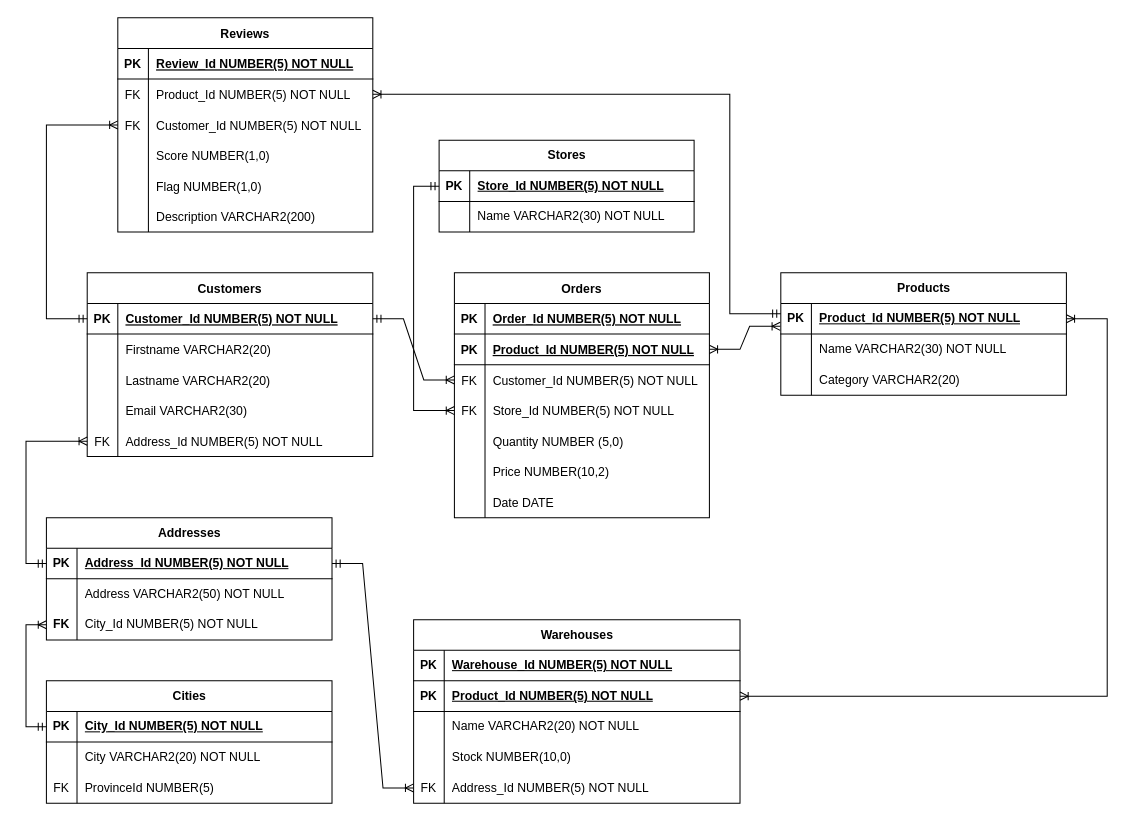
Before: SQL/ERD.drawio in mperusse21/SuperstoreSimulation, a draw.io diagram. Source tidied: cells renumbered, new cells numbered last; positions are measured from the earlier drawing's top-left corner, leaving out a move shared by most shapes. Both pictures are drawn from the tidied source at 102%, with x=0, y=0 at pixel (26, 17).
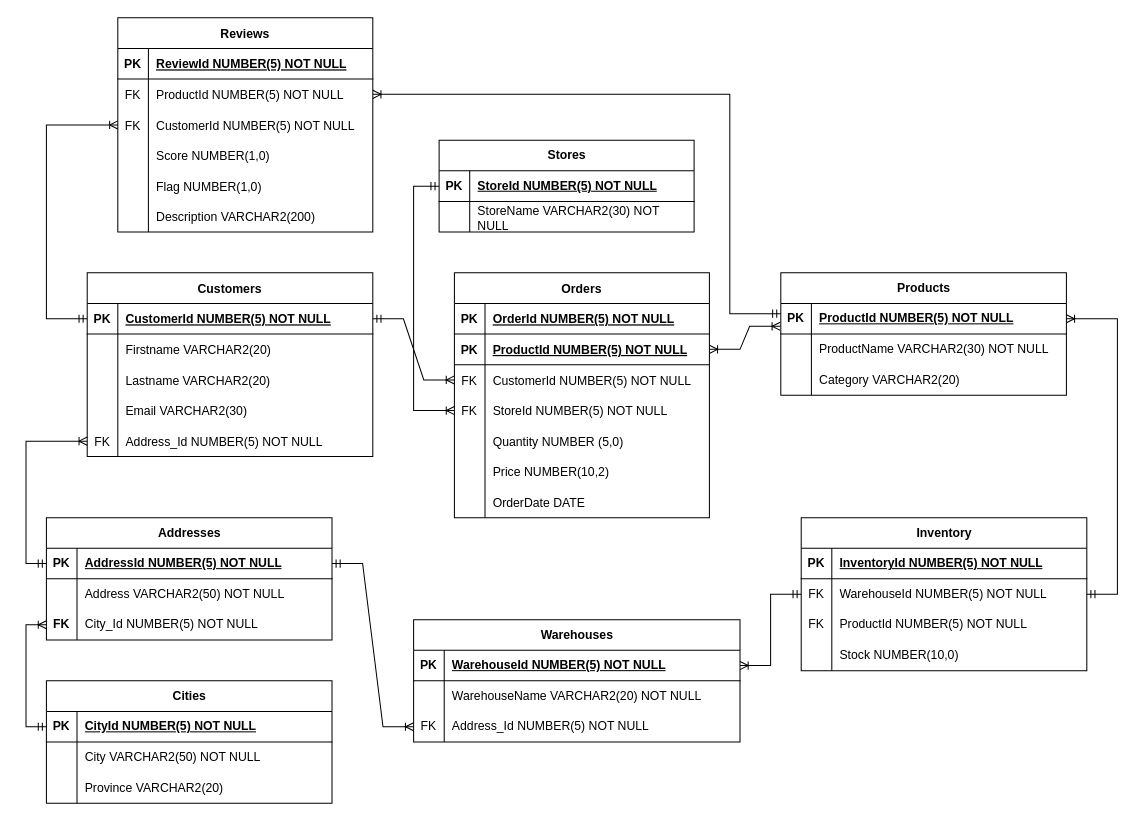
Above is the later version.

Commit message:
Updated our ERD

The change refers to these unchanged cells:
```xml
<mxCell id="3" style="shape=partialRectangle;fillColor=none;top=0;left=0;right=0;bottom=1;" parent="2" vertex="1">
  <mxGeometry y="30" width="250" height="30" as="geometry" />
</mxCell>
<mxCell id="6" style="shape=partialRectangle;fillColor=none;points=[[0,0.5],[1,0.5]];portConstraint=eastwest;top=0;left=0;right=0;bottom=1;" parent="2" vertex="1">
  <mxGeometry y="60" width="250" height="30" as="geometry" />
</mxCell>
<mxCell id="9" style="shape=partialRectangle;fillColor=none;points=[[0,0.5],[1,0.5]];portConstraint=eastwest;top=0;left=0;right=0;bottom=0;" parent="2" vertex="1">
  <mxGeometry y="90" width="250" height="30" as="geometry" />
</mxCell>
<mxCell id="12" style="shape=partialRectangle;fillColor=none;points=[[0,0.5],[1,0.5]];portConstraint=eastwest;top=0;left=0;right=0;bottom=0;" parent="2" vertex="1">
  <mxGeometry y="120" width="250" height="30" as="geometry" />
</mxCell>
<mxCell id="21" style="shape=partialRectangle;fillColor=none;top=0;left=0;right=0;bottom=0;" parent="2" vertex="1">
  <mxGeometry y="210" width="250" height="30" as="geometry" />
</mxCell>
<mxCell id="25" style="shape=partialRectangle;fillColor=none;top=0;left=0;right=0;bottom=1;" parent="24" vertex="1">
  <mxGeometry y="30" width="250" height="30" as="geometry" />
</mxCell>
<mxCell id="28" style="shape=partialRectangle;fillColor=none;points=[[0,0.5],[1,0.5]];portConstraint=eastwest;top=0;left=0;right=0;bottom=0;" parent="24" vertex="1">
  <mxGeometry y="60" width="250" height="30" as="geometry" />
</mxCell>
<mxCell id="31" style="shape=partialRectangle;fillColor=none;points=[[0,0.5],[1,0.5]];portConstraint=eastwest;top=0;left=0;right=0;bottom=0;" parent="24" vertex="1">
  <mxGeometry y="90" width="250" height="30" as="geometry" />
</mxCell>
<mxCell id="44" style="shape=partialRectangle;fillColor=none;points=[[0,0.5],[1,0.5]];portConstraint=eastwest;top=0;left=0;right=0;bottom=1;" parent="43" vertex="1">
  <mxGeometry y="30" width="280" height="30" as="geometry" />
</mxCell>
<mxCell id="60" style="shape=tableRow;horizontal=0;startSize=0;swimlaneHead=0;swimlaneBody=0;fillColor=none;points=[[0,0.5],[1,0.5]];portConstraint=eastwest;top=0;left=0;right=0;bottom=1;" parent="59" vertex="1">
  <mxGeometry y="30" width="250" height="30" as="geometry" />
</mxCell>
<mxCell id="63" style="shape=tableRow;horizontal=0;startSize=0;swimlaneHead=0;swimlaneBody=0;fillColor=none;top=0;left=0;right=0;bottom=0;" parent="59" vertex="1">
  <mxGeometry y="60" width="250" height="30" as="geometry" />
</mxCell>
<mxCell id="67" style="shape=tableRow;horizontal=0;startSize=0;swimlaneHead=0;swimlaneBody=0;fillColor=none;points=[[0,0.5],[1,0.5]];portConstraint=eastwest;top=0;left=0;right=0;bottom=1;" parent="66" vertex="1">
  <mxGeometry y="30" width="280" height="30" as="geometry" />
</mxCell>
<mxCell id="70" style="shape=tableRow;horizontal=0;startSize=0;swimlaneHead=0;swimlaneBody=0;fillColor=none;top=0;left=0;right=0;bottom=0;" parent="66" vertex="1">
  <mxGeometry y="60" width="280" height="30" as="geometry" />
</mxCell>
<mxCell id="77" style="shape=tableRow;horizontal=0;startSize=0;swimlaneHead=0;swimlaneBody=0;fillColor=none;points=[[0,0.5],[1,0.5]];portConstraint=eastwest;top=0;left=0;right=0;bottom=1;" parent="76" vertex="1">
  <mxGeometry y="30" width="320" height="30" as="geometry" />
</mxCell>
<mxCell id="93" style="shape=tableRow;horizontal=0;startSize=0;swimlaneHead=0;swimlaneBody=0;fillColor=none;points=[[0,0.5],[1,0.5]];portConstraint=eastwest;top=0;left=0;right=0;bottom=1;" parent="92" vertex="1">
  <mxGeometry y="30" width="280" height="30" as="geometry" />
</mxCell>
<mxCell id="103" style="shape=tableRow;horizontal=0;startSize=0;swimlaneHead=0;swimlaneBody=0;fillColor=none;points=[[0,0.5],[1,0.5]];portConstraint=eastwest;top=0;left=0;right=0;bottom=1;" parent="102" vertex="1">
  <mxGeometry y="30" width="280" height="30" as="geometry" />
</mxCell>
<mxCell id="106" style="shape=tableRow;horizontal=0;startSize=0;swimlaneHead=0;swimlaneBody=0;fillColor=none;top=0;left=0;right=0;bottom=0;" parent="102" vertex="1">
  <mxGeometry y="60" width="280" height="30" as="geometry" />
</mxCell>
<mxCell id="109" style="shape=tableRow;horizontal=0;startSize=0;swimlaneHead=0;swimlaneBody=0;fillColor=none;top=0;left=0;right=0;bottom=0;" parent="102" vertex="1">
  <mxGeometry y="90" width="280" height="30" as="geometry" />
</mxCell>
```

What changed in the source:
```diff
@@
-    <mxCell id="5" value="Order_Id NUMBER(5) NOT NULL" style="shape=partialRectangle;overflow=hidden;fillColor=none;top=0;left=0;bottom=0;right=0;align=left;spacingLeft=6;fontStyle=5;" parent="3" vertex="1">
+    <mxCell id="5" value="OrderId NUMBER(5) NOT NULL" style="shape=partialRectangle;overflow=hidden;fillColor=none;top=0;left=0;bottom=0;right=0;align=left;spacingLeft=6;fontStyle=5;" parent="3" vertex="1">
       <mxGeometry x="30" width="220" height="30" as="geometry" />
     </mxCell>
@@
-    <mxCell id="8" value="Product_Id NUMBER(5) NOT NULL" style="shape=partialRectangle;overflow=hidden;fillColor=none;top=0;left=0;bottom=0;right=0;align=left;spacingLeft=6;fontStyle=5;" parent="6" vertex="1">
+    <mxCell id="8" value="ProductId NUMBER(5) NOT NULL" style="shape=partialRectangle;overflow=hidden;fillColor=none;top=0;left=0;bottom=0;right=0;align=left;spacingLeft=6;fontStyle=5;" parent="6" vertex="1">
       <mxGeometry x="30" width="220" height="30" as="geometry" />
     </mxCell>
@@
-    <mxCell id="11" value="Customer_Id NUMBER(5) NOT NULL" style="shape=partialRectangle;overflow=hidden;fillColor=none;top=0;left=0;bottom=0;right=0;align=left;spacingLeft=6;" parent="9" vertex="1">
+    <mxCell id="11" value="CustomerId NUMBER(5) NOT NULL" style="shape=partialRectangle;overflow=hidden;fillColor=none;top=0;left=0;bottom=0;right=0;align=left;spacingLeft=6;" parent="9" vertex="1">
       <mxGeometry x="30" width="220" height="30" as="geometry" />
     </mxCell>
@@
-    <mxCell id="14" value="Store_Id NUMBER(5) NOT NULL" style="shape=partialRectangle;overflow=hidden;fillColor=none;top=0;left=0;bottom=0;right=0;align=left;spacingLeft=6;" parent="12" vertex="1">
+    <mxCell id="14" value="StoreId NUMBER(5) NOT NULL" style="shape=partialRectangle;overflow=hidden;fillColor=none;top=0;left=0;bottom=0;right=0;align=left;spacingLeft=6;" parent="12" vertex="1">
       <mxGeometry x="30" width="220" height="30" as="geometry" />
     </mxCell>
@@
-    <mxCell id="23" value="Date DATE" style="shape=partialRectangle;overflow=hidden;fillColor=none;top=0;left=0;bottom=0;right=0;align=left;spacingLeft=6;" parent="21" vertex="1">
+    <mxCell id="23" value="OrderDate DATE" style="shape=partialRectangle;overflow=hidden;fillColor=none;top=0;left=0;bottom=0;right=0;align=left;spacingLeft=6;" parent="21" vertex="1">
       <mxGeometry x="30" width="220" height="30" as="geometry" />
     </mxCell>
@@
-    <mxCell id="27" value="Review_Id NUMBER(5) NOT NULL" style="shape=partialRectangle;overflow=hidden;fillColor=none;top=0;left=0;bottom=0;right=0;align=left;spacingLeft=6;fontStyle=5;" parent="25" vertex="1">
+    <mxCell id="27" value="ReviewId NUMBER(5) NOT NULL" style="shape=partialRectangle;overflow=hidden;fillColor=none;top=0;left=0;bottom=0;right=0;align=left;spacingLeft=6;fontStyle=5;" parent="25" vertex="1">
       <mxGeometry x="30" width="220" height="30" as="geometry" />
     </mxCell>
@@
-    <mxCell id="30" value="Product_Id NUMBER(5) NOT NULL" style="shape=partialRectangle;overflow=hidden;fillColor=none;top=0;left=0;bottom=0;right=0;align=left;spacingLeft=6;" parent="28" vertex="1">
+    <mxCell id="30" value="ProductId NUMBER(5) NOT NULL" style="shape=partialRectangle;overflow=hidden;fillColor=none;top=0;left=0;bottom=0;right=0;align=left;spacingLeft=6;" parent="28" vertex="1">
       <mxGeometry x="30" width="220" height="30" as="geometry" />
     </mxCell>
@@
-    <mxCell id="33" value="Customer_Id NUMBER(5) NOT NULL" style="shape=partialRectangle;overflow=hidden;fillColor=none;top=0;left=0;bottom=0;right=0;align=left;spacingLeft=6;" parent="31" vertex="1">
+    <mxCell id="33" value="CustomerId NUMBER(5) NOT NULL" style="shape=partialRectangle;overflow=hidden;fillColor=none;top=0;left=0;bottom=0;right=0;align=left;spacingLeft=6;" parent="31" vertex="1">
       <mxGeometry x="30" width="220" height="30" as="geometry" />
     </mxCell>
@@
-    <mxCell id="46" value="Customer_Id NUMBER(5) NOT NULL" style="shape=partialRectangle;overflow=hidden;fillColor=none;top=0;left=0;bottom=0;right=0;align=left;spacingLeft=6;fontStyle=5;" parent="44" vertex="1">
+    <mxCell id="46" value="CustomerId NUMBER(5) NOT NULL" style="shape=partialRectangle;overflow=hidden;fillColor=none;top=0;left=0;bottom=0;right=0;align=left;spacingLeft=6;fontStyle=5;" parent="44" vertex="1">
       <mxGeometry x="30" width="250" height="30" as="geometry" />
     </mxCell>
@@
-    <mxCell id="62" value="Store_Id NUMBER(5) NOT NULL" style="shape=partialRectangle;fillColor=none;top=0;left=0;bottom=0;right=0;align=left;spacingLeft=6;fontStyle=5;overflow=hidden;whiteSpace=wrap;html=1;" parent="60" vertex="1">
+    <mxCell id="62" value="StoreId NUMBER(5) NOT NULL" style="shape=partialRectangle;fillColor=none;top=0;left=0;bottom=0;right=0;align=left;spacingLeft=6;fontStyle=5;overflow=hidden;whiteSpace=wrap;html=1;" parent="60" vertex="1">
       <mxGeometry x="30" width="220" height="30" as="geometry" />
     </mxCell>
@@
-    <mxCell id="65" value="Name VARCHAR2(30) NOT NULL" style="shape=partialRectangle;fillColor=none;top=0;left=0;bottom=0;right=0;align=left;spacingLeft=6;overflow=hidden;whiteSpace=wrap;html=1;" parent="63" vertex="1">
+    <mxCell id="65" value="StoreName VARCHAR2(30) NOT NULL" style="shape=partialRectangle;fillColor=none;top=0;left=0;bottom=0;right=0;align=left;spacingLeft=6;overflow=hidden;whiteSpace=wrap;html=1;" parent="63" vertex="1">
       <mxGeometry x="30" width="220" height="30" as="geometry" />
     </mxCell>
@@
-    <mxCell id="69" value="Product_Id NUMBER(5) NOT NULL" style="shape=partialRectangle;fillColor=none;top=0;left=0;bottom=0;right=0;align=left;spacingLeft=6;fontStyle=5;overflow=hidden;whiteSpace=wrap;html=1;" parent="67" vertex="1">
+    <mxCell id="69" value="ProductId NUMBER(5) NOT NULL" style="shape=partialRectangle;fillColor=none;top=0;left=0;bottom=0;right=0;align=left;spacingLeft=6;fontStyle=5;overflow=hidden;whiteSpace=wrap;html=1;" parent="67" vertex="1">
       <mxGeometry x="30" width="250" height="30" as="geometry" />
     </mxCell>
@@
-    <mxCell id="72" value="Name VARCHAR2(30) NOT NULL" style="shape=partialRectangle;fillColor=none;top=0;left=0;bottom=0;right=0;align=left;spacingLeft=6;overflow=hidden;whiteSpace=wrap;html=1;" parent="70" vertex="1">
+    <mxCell id="72" value="ProductName VARCHAR2(30) NOT NULL" style="shape=partialRectangle;fillColor=none;top=0;left=0;bottom=0;right=0;align=left;spacingLeft=6;overflow=hidden;whiteSpace=wrap;html=1;" parent="70" vertex="1">
       <mxGeometry x="30" width="250" height="30" as="geometry" />
     </mxCell>
@@
     <mxCell id="76" value="Warehouses" style="shape=table;startSize=30;childLayout=tableLayout;rowLines=0;fontStyle=1;align=center;html=1;" parent="1" vertex="1">
-      <mxGeometry x="380" y="590" width="320" height="180" as="geometry" />
+      <mxGeometry x="380" y="590" width="320" height="120" as="geometry" />
     </mxCell>
@@
-    <mxCell id="79" value="Warehouse_Id NUMBER(5) NOT NULL" style="shape=partialRectangle;fillColor=none;top=0;left=0;bottom=0;right=0;align=left;spacingLeft=6;fontStyle=5;overflow=hidden;whiteSpace=wrap;html=1;" parent="77" vertex="1">
+    <mxCell id="79" value="WarehouseId NUMBER(5) NOT NULL" style="shape=partialRectangle;fillColor=none;top=0;left=0;bottom=0;right=0;align=left;spacingLeft=6;fontStyle=5;overflow=hidden;whiteSpace=wrap;html=1;" parent="77" vertex="1">
       <mxGeometry x="30" width="290" height="30" as="geometry" />
     </mxCell>
-    <mxCell id="80" style="shape=tableRow;horizontal=0;startSize=0;swimlaneHead=0;swimlaneBody=0;fillColor=none;points=[[0,0.5],[1,0.5]];portConstraint=eastwest;top=0;left=0;right=0;bottom=1;" parent="76" vertex="1">
-      <mxGeometry y="60" width="320" height="30" as="geometry" />
-    </mxCell>
-    <mxCell id="81" value="PK" style="shape=partialRectangle;fillColor=none;top=0;left=0;bottom=0;right=0;fontStyle=1;overflow=hidden;whiteSpace=wrap;html=1;" parent="80" vertex="1">
-      <mxGeometry width="30" height="30" as="geometry" />
-    </mxCell>
-    <mxCell id="82" value="Product_Id NUMBER(5) NOT NULL" style="shape=partialRectangle;fillColor=none;top=0;left=0;bottom=0;right=0;align=left;spacingLeft=6;fontStyle=5;overflow=hidden;whiteSpace=wrap;html=1;" parent="80" vertex="1">
-      <mxGeometry x="30" width="290" height="30" as="geometry" />
-    </mxCell>
     <mxCell id="83" style="shape=tableRow;horizontal=0;startSize=0;swimlaneHead=0;swimlaneBody=0;fillColor=none;top=0;left=0;right=0;bottom=0;" parent="76" vertex="1">
-      <mxGeometry y="90" width="320" height="30" as="geometry" />
+      <mxGeometry y="60" width="320" height="30" as="geometry" />
     </mxCell>
@@
-    <mxCell id="85" value="Name VARCHAR2(20) NOT NULL" style="shape=partialRectangle;fillColor=none;top=0;left=0;bottom=0;right=0;align=left;spacingLeft=6;overflow=hidden;whiteSpace=wrap;html=1;" parent="83" vertex="1">
+    <mxCell id="85" value="WarehouseName VARCHAR2(20) NOT NULL" style="shape=partialRectangle;fillColor=none;top=0;left=0;bottom=0;right=0;align=left;spacingLeft=6;overflow=hidden;whiteSpace=wrap;html=1;" parent="83" vertex="1">
       <mxGeometry x="30" width="290" height="30" as="geometry" />
     </mxCell>
-    <mxCell id="86" style="shape=tableRow;horizontal=0;startSize=0;swimlaneHead=0;swimlaneBody=0;fillColor=none;top=0;left=0;right=0;bottom=0;" parent="76" vertex="1">
-      <mxGeometry y="120" width="320" height="30" as="geometry" />
-    </mxCell>
-    <mxCell id="87" style="shape=partialRectangle;fillColor=none;top=0;left=0;bottom=0;right=0;overflow=hidden;whiteSpace=wrap;html=1;" parent="86" vertex="1">
-      <mxGeometry width="30" height="30" as="geometry" />
-    </mxCell>
-    <mxCell id="88" value="Stock NUMBER(10,0)" style="shape=partialRectangle;fillColor=none;top=0;left=0;bottom=0;right=0;align=left;spacingLeft=6;overflow=hidden;whiteSpace=wrap;html=1;" parent="86" vertex="1">
-      <mxGeometry x="30" width="290" height="30" as="geometry" />
-    </mxCell>
     <mxCell id="89" style="shape=tableRow;horizontal=0;startSize=0;swimlaneHead=0;swimlaneBody=0;fillColor=none;points=[[0,0.5],[1,0.5]];portConstraint=eastwest;top=0;left=0;right=0;bottom=0;" parent="76" vertex="1">
-      <mxGeometry y="150" width="320" height="30" as="geometry" />
+      <mxGeometry y="90" width="320" height="30" as="geometry" />
     </mxCell>
@@
-    <mxCell id="95" value="Address_Id NUMBER(5) NOT NULL" style="shape=partialRectangle;fillColor=none;top=0;left=0;bottom=0;right=0;align=left;spacingLeft=6;fontStyle=5;overflow=hidden;whiteSpace=wrap;html=1;" parent="93" vertex="1">
+    <mxCell id="95" value="AddressId NUMBER(5) NOT NULL" style="shape=partialRectangle;fillColor=none;top=0;left=0;bottom=0;right=0;align=left;spacingLeft=6;fontStyle=5;overflow=hidden;whiteSpace=wrap;html=1;" parent="93" vertex="1">
       <mxGeometry x="30" width="250" height="30" as="geometry" />
     </mxCell>
@@
-    <mxCell id="105" value="City_Id NUMBER(5) NOT NULL" style="shape=partialRectangle;fillColor=none;top=0;left=0;bottom=0;right=0;align=left;spacingLeft=6;fontStyle=5;overflow=hidden;whiteSpace=wrap;html=1;" parent="103" vertex="1">
+    <mxCell id="105" value="CityId NUMBER(5) NOT NULL" style="shape=partialRectangle;fillColor=none;top=0;left=0;bottom=0;right=0;align=left;spacingLeft=6;fontStyle=5;overflow=hidden;whiteSpace=wrap;html=1;" parent="103" vertex="1">
       <mxGeometry x="30" width="250" height="30" as="geometry" />
     </mxCell>
@@
-    <mxCell id="108" value="City VARCHAR2(20) NOT NULL" style="shape=partialRectangle;fillColor=none;top=0;left=0;bottom=0;right=0;align=left;spacingLeft=6;overflow=hidden;whiteSpace=wrap;html=1;" parent="106" vertex="1">
+    <mxCell id="108" value="City VARCHAR2(50) NOT NULL" style="shape=partialRectangle;fillColor=none;top=0;left=0;bottom=0;right=0;align=left;spacingLeft=6;overflow=hidden;whiteSpace=wrap;html=1;" parent="106" vertex="1">
       <mxGeometry x="30" width="250" height="30" as="geometry" />
     </mxCell>
@@
-    <mxCell id="110" value="FK" style="shape=partialRectangle;fillColor=none;top=0;left=0;bottom=0;right=0;overflow=hidden;whiteSpace=wrap;html=1;" parent="109" vertex="1">
+    <mxCell id="110" style="shape=partialRectangle;fillColor=none;top=0;left=0;bottom=0;right=0;overflow=hidden;whiteSpace=wrap;html=1;" parent="109" vertex="1">
       <mxGeometry width="30" height="30" as="geometry" />
     </mxCell>
-    <mxCell id="111" value="ProvinceId NUMBER(5)" style="shape=partialRectangle;fillColor=none;top=0;left=0;bottom=0;right=0;align=left;spacingLeft=6;overflow=hidden;whiteSpace=wrap;html=1;" parent="109" vertex="1">
+    <mxCell id="111" value="Province VARCHAR2(20)" style="shape=partialRectangle;fillColor=none;top=0;left=0;bottom=0;right=0;align=left;spacingLeft=6;overflow=hidden;whiteSpace=wrap;html=1;" parent="109" vertex="1">
       <mxGeometry x="30" width="250" height="30" as="geometry" />
     </mxCell>
@@
-    <mxCell id="115" style="edgeStyle=orthogonalEdgeStyle;fontSize=12;html=1;endArrow=ERoneToMany;startArrow=ERoneToMany;rounded=0;entryX=1;entryY=0.5;entryDx=0;entryDy=0;exitX=1;exitY=0.5;exitDx=0;exitDy=0;" parent="1" edge="1" source="80" target="67">
-      <mxGeometry relative="1" as="geometry">
-        <Array as="points">
-          <mxPoint x="1060" y="665" />
-          <mxPoint x="1060" y="295" />
-        </Array>
-      </mxGeometry>
-    </mxCell>
@@
+    <mxCell id="121" value="Inventory" style="shape=table;startSize=30;childLayout=tableLayout;rowLines=0;fontStyle=1;align=center;html=1;" parent="1" vertex="1">
+      <mxGeometry x="760" y="490" width="280" height="150" as="geometry" />
+    </mxCell>
+    <mxCell id="122" style="shape=tableRow;horizontal=0;startSize=0;swimlaneHead=0;swimlaneBody=0;fillColor=none;top=0;left=0;right=0;bottom=1;" parent="121" vertex="1">
+      <mxGeometry y="30" width="280" height="30" as="geometry" />
+    </mxCell>
+    <mxCell id="81" value="PK" style="shape=partialRectangle;fillColor=none;top=0;left=0;bottom=0;right=0;fontStyle=1;overflow=hidden;whiteSpace=wrap;html=1;" parent="122" vertex="1">
+      <mxGeometry width="30" height="30" as="geometry" />
+    </mxCell>
+    <mxCell id="123" value="InventoryId NUMBER(5) NOT NULL" style="shape=partialRectangle;fillColor=none;top=0;left=0;bottom=0;right=0;align=left;spacingLeft=6;fontStyle=5;overflow=hidden;whiteSpace=wrap;html=1;" parent="122" vertex="1">
+      <mxGeometry x="30" width="250" height="30" as="geometry" />
+    </mxCell>
+    <mxCell id="124" style="shape=tableRow;horizontal=0;startSize=0;swimlaneHead=0;swimlaneBody=0;fillColor=none;points=[[0,0.5],[1,0.5]];portConstraint=eastwest;top=0;left=0;right=0;bottom=0;" parent="121" vertex="1">
+      <mxGeometry y="60" width="280" height="30" as="geometry" />
+    </mxCell>
+    <mxCell id="125" value="FK" style="shape=partialRectangle;fillColor=none;top=0;left=0;bottom=0;right=0;overflow=hidden;whiteSpace=wrap;html=1;" parent="124" vertex="1">
+      <mxGeometry width="30" height="30" as="geometry" />
+    </mxCell>
+    <mxCell id="126" value="WarehouseId NUMBER(5) NOT NULL" style="shape=partialRectangle;fillColor=none;top=0;left=0;bottom=0;right=0;align=left;spacingLeft=6;overflow=hidden;whiteSpace=wrap;html=1;" parent="124" vertex="1">
+      <mxGeometry x="30" width="250" height="30" as="geometry" />
+    </mxCell>
+    <mxCell id="127" style="shape=tableRow;horizontal=0;startSize=0;swimlaneHead=0;swimlaneBody=0;fillColor=none;top=0;left=0;right=0;bottom=0;" parent="121" vertex="1">
+      <mxGeometry y="90" width="280" height="30" as="geometry" />
+    </mxCell>
+    <mxCell id="128" value="FK" style="shape=partialRectangle;fillColor=none;top=0;left=0;bottom=0;right=0;overflow=hidden;whiteSpace=wrap;html=1;" parent="127" vertex="1">
+      <mxGeometry width="30" height="30" as="geometry" />
+    </mxCell>
+    <mxCell id="129" value="ProductId NUMBER(5) NOT NULL" style="shape=partialRectangle;fillColor=none;top=0;left=0;bottom=0;right=0;align=left;spacingLeft=6;overflow=hidden;whiteSpace=wrap;html=1;" parent="127" vertex="1">
+      <mxGeometry x="30" width="250" height="30" as="geometry" />
+    </mxCell>
+    <mxCell id="130" style="shape=tableRow;horizontal=0;startSize=0;swimlaneHead=0;swimlaneBody=0;fillColor=none;top=0;left=0;right=0;bottom=0;" parent="121" vertex="1">
+      <mxGeometry y="120" width="280" height="30" as="geometry" />
+    </mxCell>
+    <mxCell id="87" style="shape=partialRectangle;fillColor=none;top=0;left=0;bottom=0;right=0;overflow=hidden;whiteSpace=wrap;html=1;" parent="130" vertex="1">
+      <mxGeometry width="30" height="30" as="geometry" />
+    </mxCell>
+    <mxCell id="88" value="Stock NUMBER(10,0)" style="shape=partialRectangle;fillColor=none;top=0;left=0;bottom=0;right=0;align=left;spacingLeft=6;overflow=hidden;whiteSpace=wrap;html=1;" parent="130" vertex="1">
+      <mxGeometry x="30" width="250" height="30" as="geometry" />
+    </mxCell>
+    <mxCell id="131" style="fontSize=12;html=1;endArrow=ERoneToMany;startArrow=ERmandOne;rounded=0;entryX=1;entryY=0.5;entryDx=0;entryDy=0;exitX=1;exitY=0.5;exitDx=0;exitDy=0;edgeStyle=orthogonalEdgeStyle;" parent="1" edge="1" source="124" target="67">
+      <mxGeometry relative="1" as="geometry">
+        <Array as="points">
+          <mxPoint x="1070" y="565" />
+          <mxPoint x="1070" y="295" />
+        </Array>
+      </mxGeometry>
+    </mxCell>
+    <mxCell id="132" style="edgeStyle=entityRelationEdgeStyle;fontSize=12;html=1;endArrow=ERoneToMany;startArrow=ERmandOne;rounded=0;exitX=0;exitY=0.5;exitDx=0;exitDy=0;" parent="1" edge="1" source="124" target="77">
+      <mxGeometry relative="1" as="geometry" />
+    </mxCell>
```
